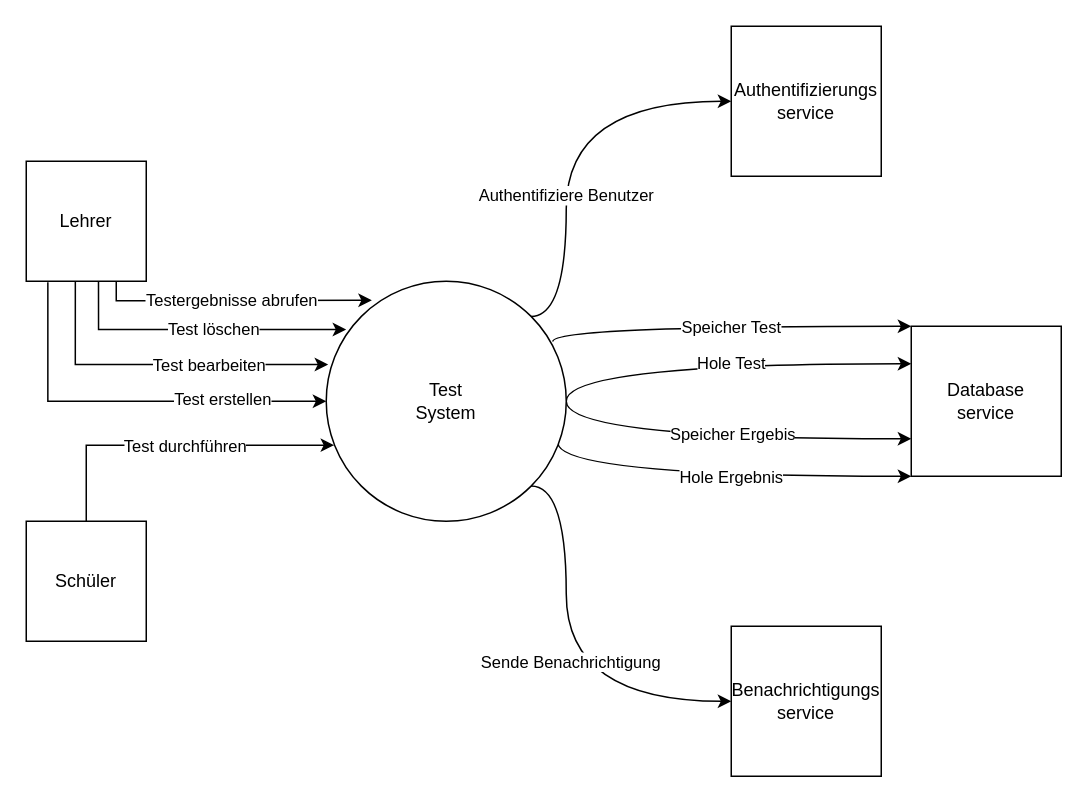
The draw.io diagram context.drawio in Tabisch/DarwIO, before the edit. Source tidied: cells renumbered, new cells numbered last; positions are measured from the earlier drawing's top-left corner, leaving out a move shared by most shapes. Both pictures are drawn from the tidied source at 150%, with x=0, y=0 at pixel (26, 26).
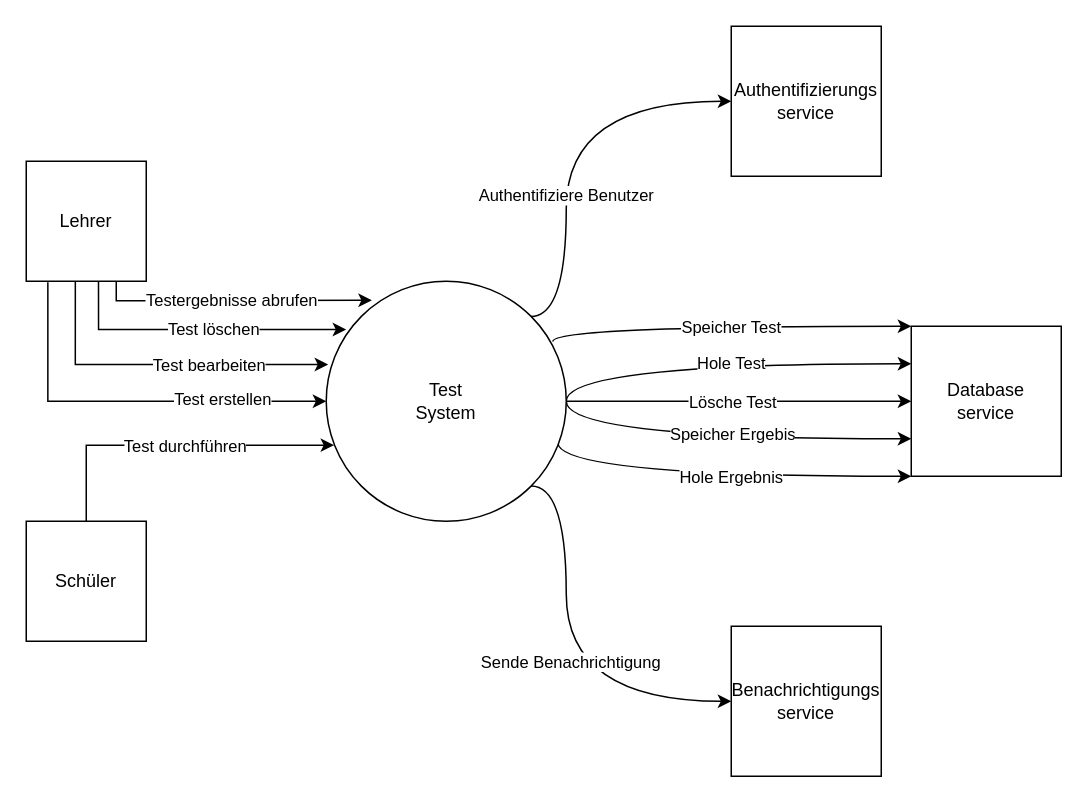
After the change.

The change refers to these unchanged cells:
```xml
<mxCell id="14" value="&lt;div&gt;Test&lt;/div&gt;&lt;div&gt;System&lt;br&gt;&lt;/div&gt;" style="ellipse;whiteSpace=wrap;html=1;" parent="1" vertex="1">
  <mxGeometry x="200" y="170" width="160" height="160" as="geometry" />
</mxCell>
<mxCell id="30" value="&lt;div&gt;Database&lt;/div&gt;&lt;div&gt;service&lt;br&gt;&lt;/div&gt;" style="whiteSpace=wrap;html=1;" parent="1" vertex="1">
  <mxGeometry x="590" y="200" width="100" height="100" as="geometry" />
</mxCell>
```

What changed in the source:
```diff
@@
+    <mxCell id="31" style="endArrow=classic;html=1;rounded=0;exitX=1;exitY=0.5;exitDx=0;exitDy=0;entryX=0;entryY=0.5;entryDx=0;entryDy=0;" parent="1" edge="1" source="14" target="30">
+      <mxGeometry relative="1" as="geometry" />
+    </mxCell>
+    <mxCell id="32" value="&lt;div&gt;Lösche Test&lt;/div&gt;" style="edgeLabel;html=1;align=center;verticalAlign=middle;" parent="31" vertex="1">
+      <mxGeometry x="-0.16" y="-2" relative="1" as="geometry">
+        <mxPoint x="13" y="-2" as="offset" />
+      </mxGeometry>
+    </mxCell>
```
